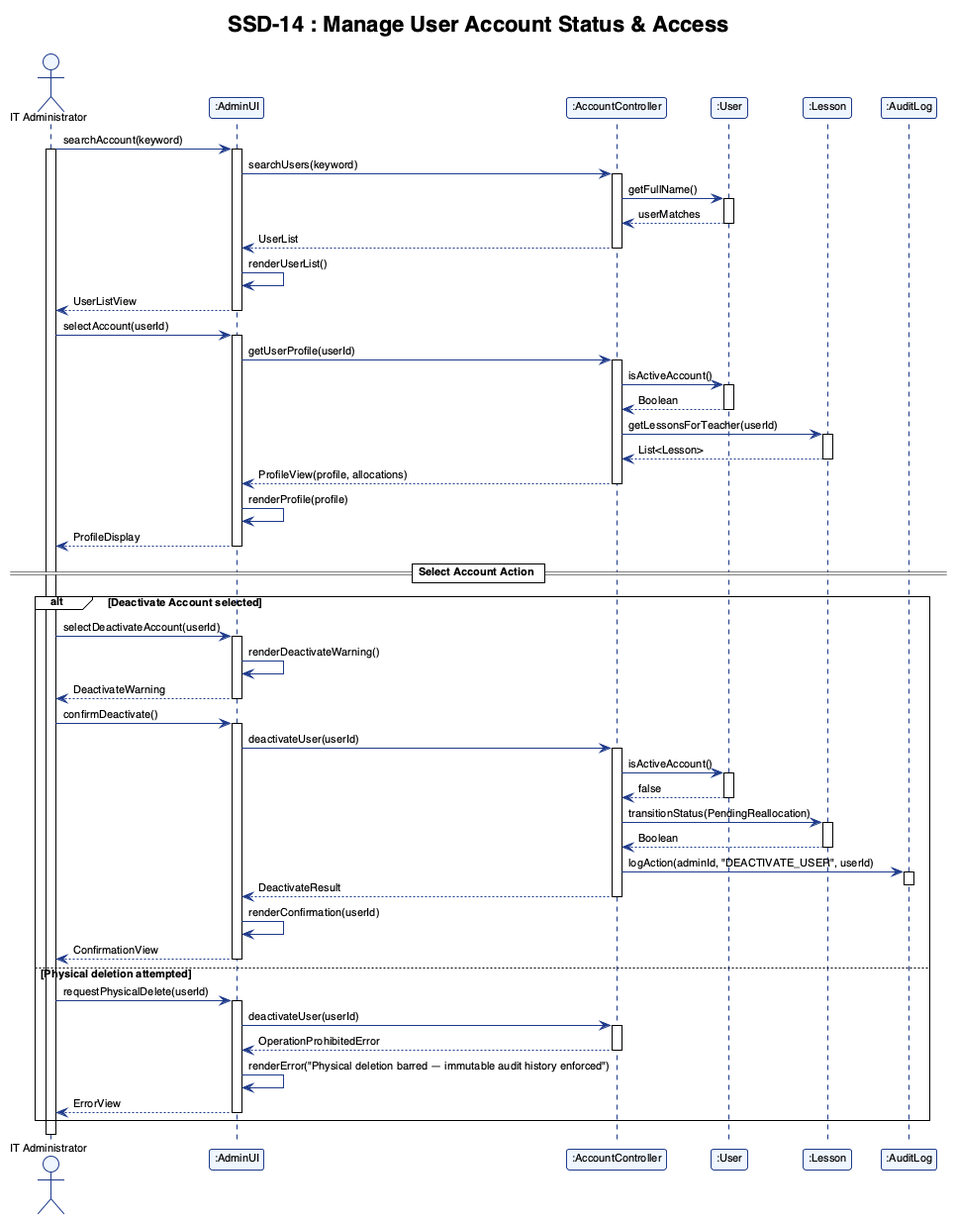
The PlantUML diagram report/assets/ssd_14.png in adoreblvnk/2001temp, before a commit. The source it was exported from:
```plantuml
@startuml ssd_14
!theme plain
skinparam shadowing false
skinparam defaultFontName "Helvetica", "Arial", sans-serif
skinparam defaultFontSize 11
skinparam sequence {
    ParticipantBorderColor #1E3A8A
    ParticipantBackgroundColor #EFF6FF
    LifeLineBorderColor #1E3A8A
    LifeLineBackgroundColor #FFFFFF
    ArrowColor #1E3A8A
    ActorBorderColor #1E3A8A
    ActorBackgroundColor #EFF6FF
}

title SSD-14 : Manage User Account Status & Access

actor "IT Administrator" as ITAdmin
participant ":AdminUI" as AdminUI
participant ":AccountController" as AccountController
participant ":User" as User
participant ":Lesson" as Lesson
participant ":AuditLog" as AuditLog

ITAdmin -> AdminUI : searchAccount(keyword)
activate ITAdmin
activate AdminUI
AdminUI -> AccountController : searchUsers(keyword)
activate AccountController
AccountController -> User : getFullName()
activate User
User --> AccountController : userMatches
deactivate User
AccountController --> AdminUI : UserList
deactivate AccountController
AdminUI -> AdminUI : renderUserList()
AdminUI --> ITAdmin : UserListView
deactivate AdminUI

ITAdmin -> AdminUI : selectAccount(userId)
activate AdminUI
AdminUI -> AccountController : getUserProfile(userId)
activate AccountController
AccountController -> User : isActiveAccount()
activate User
User --> AccountController : Boolean
deactivate User
AccountController -> Lesson : getLessonsForTeacher(userId)
activate Lesson
Lesson --> AccountController : List<Lesson>
deactivate Lesson
AccountController --> AdminUI : ProfileView(profile, allocations)
deactivate AccountController
AdminUI -> AdminUI : renderProfile(profile)
AdminUI --> ITAdmin : ProfileDisplay
deactivate AdminUI

== Select Account Action ==

alt Deactivate Account selected
    ITAdmin -> AdminUI : selectDeactivateAccount(userId)
    activate AdminUI
    AdminUI -> AdminUI : renderDeactivateWarning()
    AdminUI --> ITAdmin : DeactivateWarning
    deactivate AdminUI

    ITAdmin -> AdminUI : confirmDeactivate()
    activate AdminUI
    AdminUI -> AccountController : deactivateUser(userId)
    activate AccountController

    AccountController -> User : isActiveAccount()
    activate User
    User --> AccountController : false
    deactivate User

    AccountController -> Lesson : transitionStatus(PendingReallocation)
    activate Lesson
    Lesson --> AccountController : Boolean
    deactivate Lesson

    AccountController -> AuditLog : logAction(adminId, "DEACTIVATE_USER", userId)
    activate AuditLog
    deactivate AuditLog

    AccountController --> AdminUI : DeactivateResult
    deactivate AccountController
    AdminUI -> AdminUI : renderConfirmation(userId)
    AdminUI --> ITAdmin : ConfirmationView
    deactivate AdminUI
else Physical deletion attempted
    ITAdmin -> AdminUI : requestPhysicalDelete(userId)
    activate AdminUI
    AdminUI -> AccountController : deactivateUser(userId)
    activate AccountController
    AccountController --> AdminUI : OperationProhibitedError
    deactivate AccountController
    AdminUI -> AdminUI : renderError("Physical deletion barred — immutable audit history enforced")
    AdminUI --> ITAdmin : ErrorView
    deactivate AdminUI
end

deactivate ITAdmin
@enduml
```
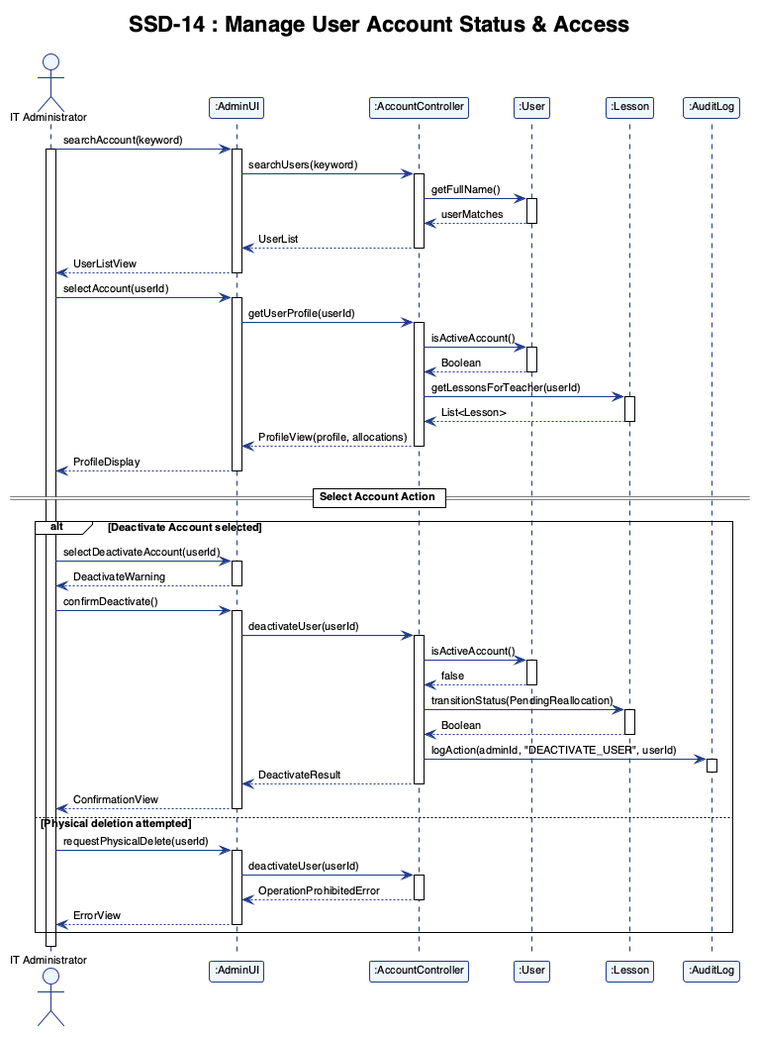
The same file after the commit.

What changed in the source:
```diff
@@ -33,7 +33,6 @@
 deactivate User
 AccountController --> AdminUI : UserList
 deactivate AccountController
-AdminUI -> AdminUI : renderUserList()
 AdminUI --> ITAdmin : UserListView
 deactivate AdminUI
 
@@ -51,7 +50,6 @@
 deactivate Lesson
 AccountController --> AdminUI : ProfileView(profile, allocations)
 deactivate AccountController
-AdminUI -> AdminUI : renderProfile(profile)
 AdminUI --> ITAdmin : ProfileDisplay
 deactivate AdminUI
 
@@ -60,7 +58,6 @@
 alt Deactivate Account selected
     ITAdmin -> AdminUI : selectDeactivateAccount(userId)
     activate AdminUI
-    AdminUI -> AdminUI : renderDeactivateWarning()
     AdminUI --> ITAdmin : DeactivateWarning
     deactivate AdminUI
 
@@ -85,7 +82,6 @@
 
     AccountController --> AdminUI : DeactivateResult
     deactivate AccountController
-    AdminUI -> AdminUI : renderConfirmation(userId)
     AdminUI --> ITAdmin : ConfirmationView
     deactivate AdminUI
 else Physical deletion attempted
@@ -95,7 +91,6 @@
     activate AccountController
     AccountController --> AdminUI : OperationProhibitedError
     deactivate AccountController
-    AdminUI -> AdminUI : renderError("Physical deletion barred — immutable audit history enforced")
     AdminUI --> ITAdmin : ErrorView
     deactivate AdminUI
 end
```
